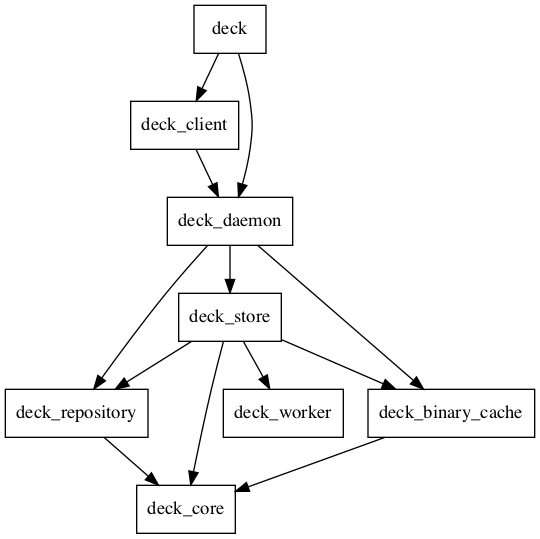
Earlier version of the Graphviz export crates.png (ebkalderon/deck). Its source is kept beside it as crates.dot.
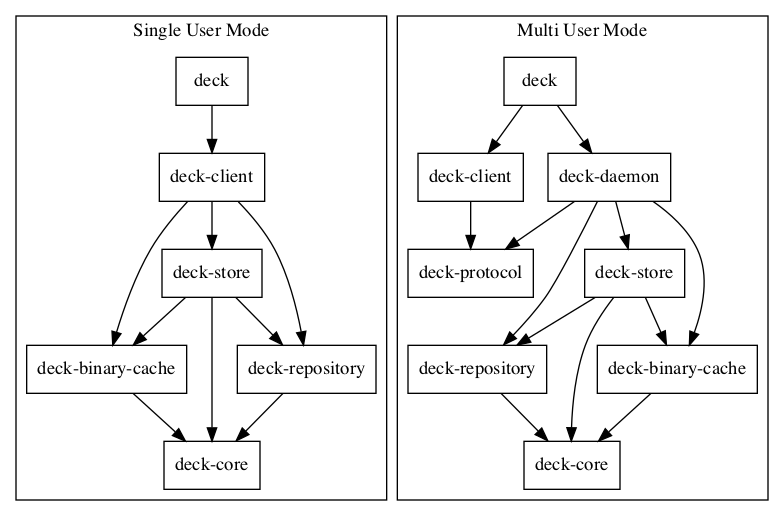
Later version of the same file.

Commit message:
Show single-user and multi-user modes in crates.dot

The edit, as a diff of the source:
```diff
@@ -1,20 +1,59 @@
 digraph crates {
     node [shape=box];
 
-    deck -> deck_client;
-    deck -> deck_daemon;
+    subgraph cluster_single_user {
+        label="Single User Mode";
 
-    deck_client -> deck_daemon;
+        s_deck -> s_client;
 
-    deck_daemon -> deck_binary_cache;
-    deck_daemon -> deck_repository;
-    deck_daemon -> deck_store;
+        s_client -> s_binary_cache;
+        s_client -> s_repository;
+        s_client -> s_store;
 
-    deck_store -> deck_binary_cache;
-    deck_store -> deck_core;
-    deck_store -> deck_repository;
-    deck_store -> deck_worker;
+        s_store -> s_binary_cache;
+        s_store -> s_core;
+        s_store -> s_repository;
 
-    deck_binary_cache -> deck_core;
-    deck_repository -> deck_core;
+        s_binary_cache -> s_core;
+        s_repository -> s_core;
+
+        s_core [label="deck-core"];
+        s_deck [label="deck"];
+        s_binary_cache [label="deck-binary-cache"];
+        s_client [label="deck-client"];
+        s_core [label="deck-core"];
+        s_repository [label="deck-repository"];
+        s_store [label="deck-store"];
+    }
+
+    subgraph cluster_multi_user {
+        label="Multi User Mode";
+
+        m_deck -> m_client;
+        m_deck -> m_daemon;
+
+        m_client -> m_protocol;
+
+        m_daemon -> m_binary_cache;
+        m_daemon -> m_protocol;
+        m_daemon -> m_repository;
+        m_daemon -> m_store;
+
+        m_store -> m_binary_cache;
+        m_store -> m_core;
+        m_store -> m_repository;
+
+        m_binary_cache -> m_core;
+        m_repository -> m_core;
+
+        m_core [label="deck-core"];
+        m_deck [label="deck"];
+        m_binary_cache [label="deck-binary-cache"];
+        m_client [label="deck-client"];
+        m_core [label="deck-core"];
+        m_daemon [label="deck-daemon"];
+        m_protocol [label="deck-protocol"];
+        m_repository [label="deck-repository"];
+        m_store [label="deck-store"];
+    }
 }
```
